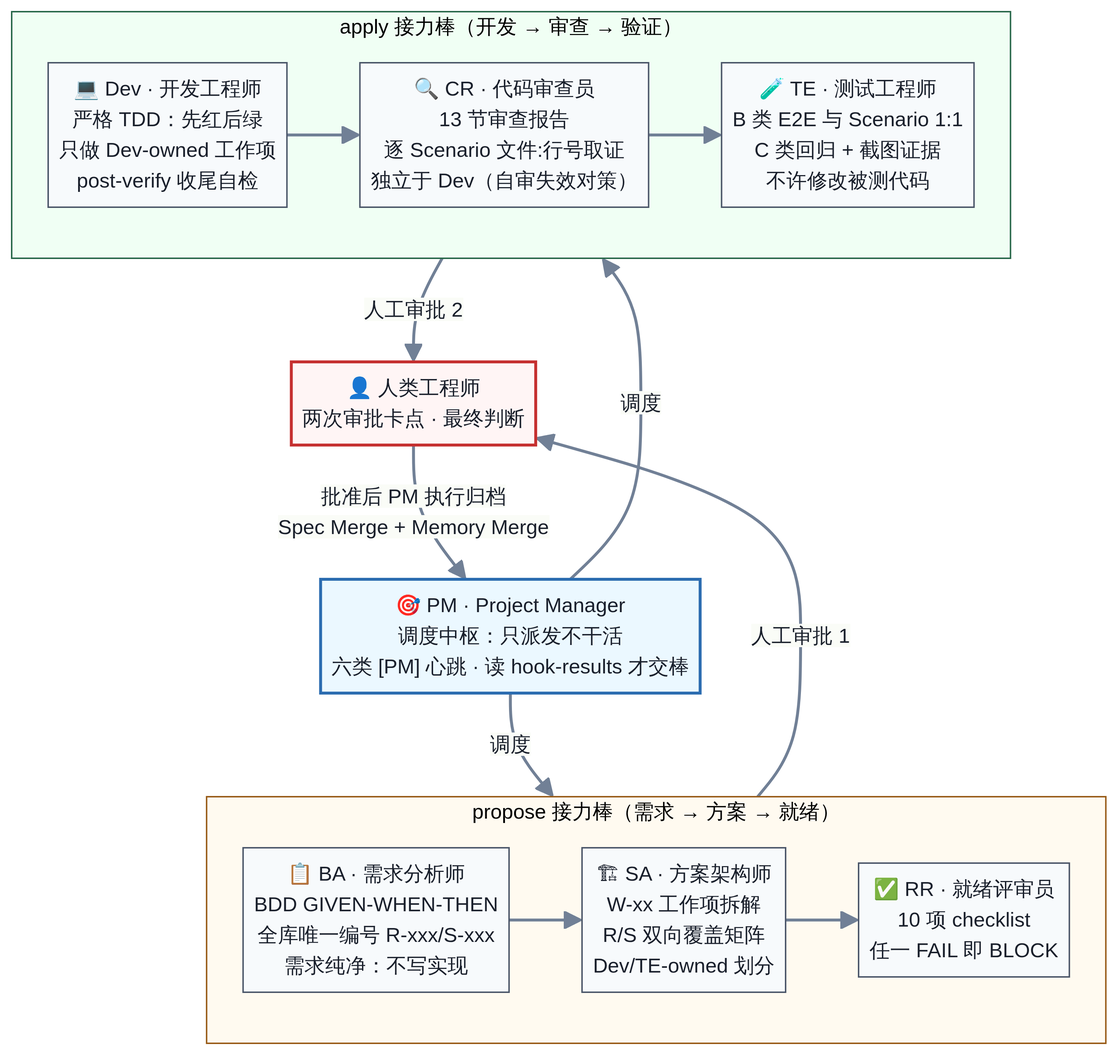
wszz117/harness-shop keeps this Mermaid diagram as docs/images/04-agent-roles.png. Above is the earlier version. Its source is kept beside it as docs/diagrams-src/04-agent-roles.mmd. Its diagram source:
```mermaid
---
config:
  theme: base
  themeVariables:
    primaryColor: "#f7fafc"
    primaryBorderColor: "#4a5568"
    primaryTextColor: "#1a202c"
    lineColor: "#718096"
    fontSize: "14px"
---
flowchart TB
    PM["🎯 PM · Project Manager<br/>调度中枢：只派发不干活<br/>六类 [PM] 心跳 · 读 hook-results 才交棒"]
    subgraph PROPOSE["propose 接力棒（需求 → 方案 → 就绪）"]
        direction LR
        BA["📋 BA · 需求分析师<br/>BDD GIVEN-WHEN-THEN<br/>全库唯一编号 R-xxx/S-xxx<br/>需求纯净：不写实现"]
        SA["🏗 SA · 方案架构师<br/>W-xx 工作项拆解<br/>R/S 双向覆盖矩阵<br/>Dev/TE-owned 划分"]
        RR["✅ RR · 就绪评审员<br/>10 项 checklist<br/>任一 FAIL 即 BLOCK"]
        BA --> SA --> RR
    end
    subgraph APPLY["apply 接力棒（开发 → 审查 → 验证）"]
        direction LR
        DEV["💻 Dev · 开发工程师<br/>严格 TDD：先红后绿<br/>只做 Dev-owned 工作项<br/>post-verify 收尾自检"]
        CR["🔍 CR · 代码审查员<br/>13 节审查报告<br/>逐 Scenario 文件:行号取证<br/>独立于 Dev（自审失效对策）"]
        TE["🧪 TE · 测试工程师<br/>B 类 E2E 与 Scenario 1:1<br/>C 类回归 + 截图证据<br/>不许修改被测代码"]
        DEV --> CR --> TE
    end
    HUMAN["👤 人类工程师<br/>两次审批卡点 · 最终判断"]
    PM -->|"调度"| PROPOSE
    PM -->|"调度"| APPLY
    PROPOSE -->|"人工审批 1"| HUMAN
    APPLY -->|"人工审批 2"| HUMAN
    HUMAN -->|"批准后 PM 执行归档<br/>Spec Merge + Memory Merge"| PM
    style PM fill:#ebf8ff,stroke:#2b6cb0,stroke-width:2px
    style HUMAN fill:#fff5f5,stroke:#c53030,stroke-width:2px
    style PROPOSE fill:#fffaf0,stroke:#975a16
    style APPLY fill:#f0fff4,stroke:#276749
```
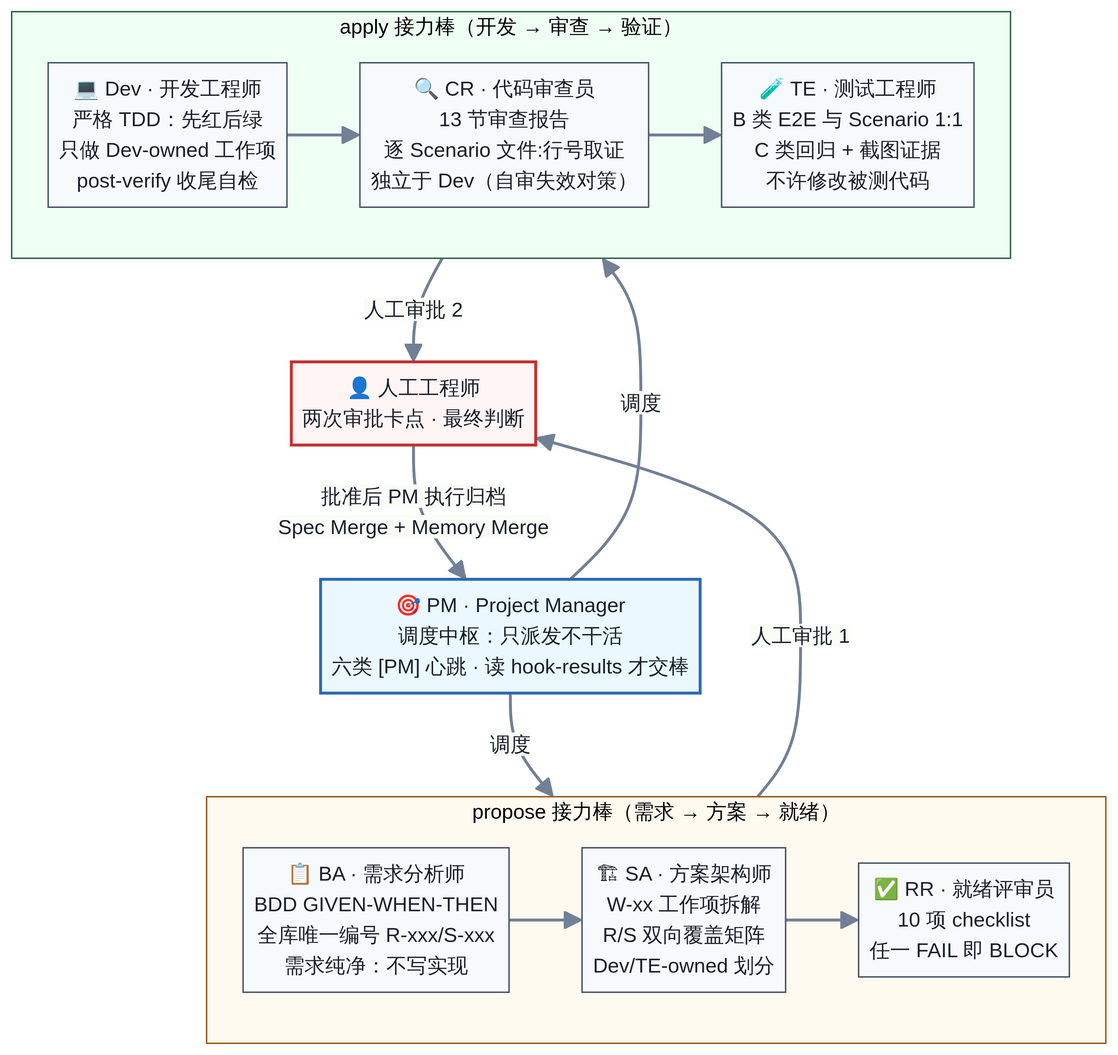
The same diagram one commit later.

Commit message:
docs: unify terminology to 人工工程师/人工审批

What changed in the source:
```diff
@@ -24,7 +24,7 @@
         TE["🧪 TE · 测试工程师<br/>B 类 E2E 与 Scenario 1:1<br/>C 类回归 + 截图证据<br/>不许修改被测代码"]
         DEV --> CR --> TE
     end
-    HUMAN["👤 人类工程师<br/>两次审批卡点 · 最终判断"]
+    HUMAN["👤 人工工程师<br/>两次审批卡点 · 最终判断"]
     PM -->|"调度"| PROPOSE
     PM -->|"调度"| APPLY
     PROPOSE -->|"人工审批 1"| HUMAN
```
